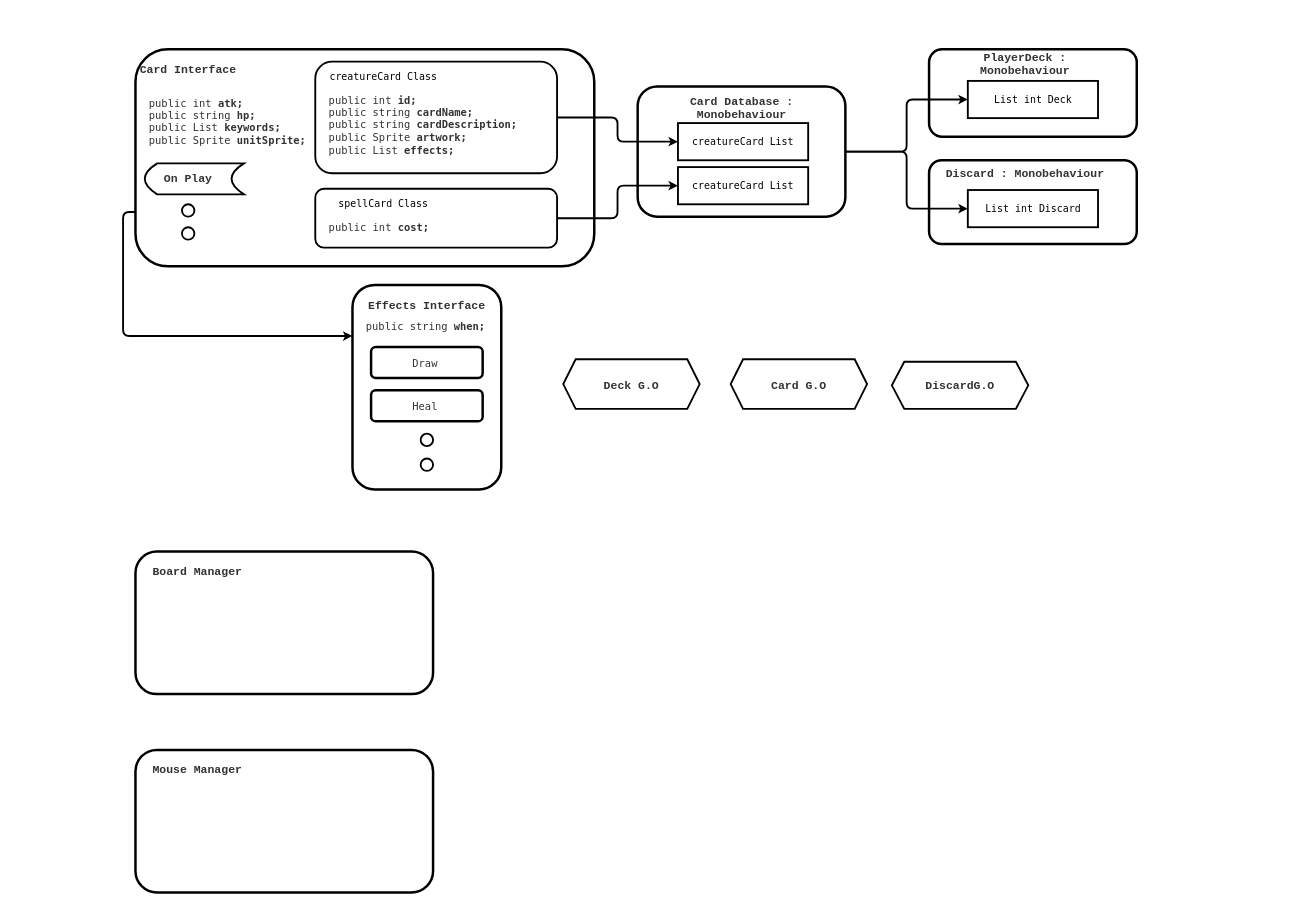
This is Untitled Diagram.drawio from brunomesqu/drawio, a draw.io file, before an edit. Source tidied: cells renumbered, new cells numbered last; positions are measured from the earlier drawing's top-left corner, leaving out a move shared by most shapes. Both pictures are drawn from the tidied source at 62%, with x=0, y=0 at pixel (132, 49).
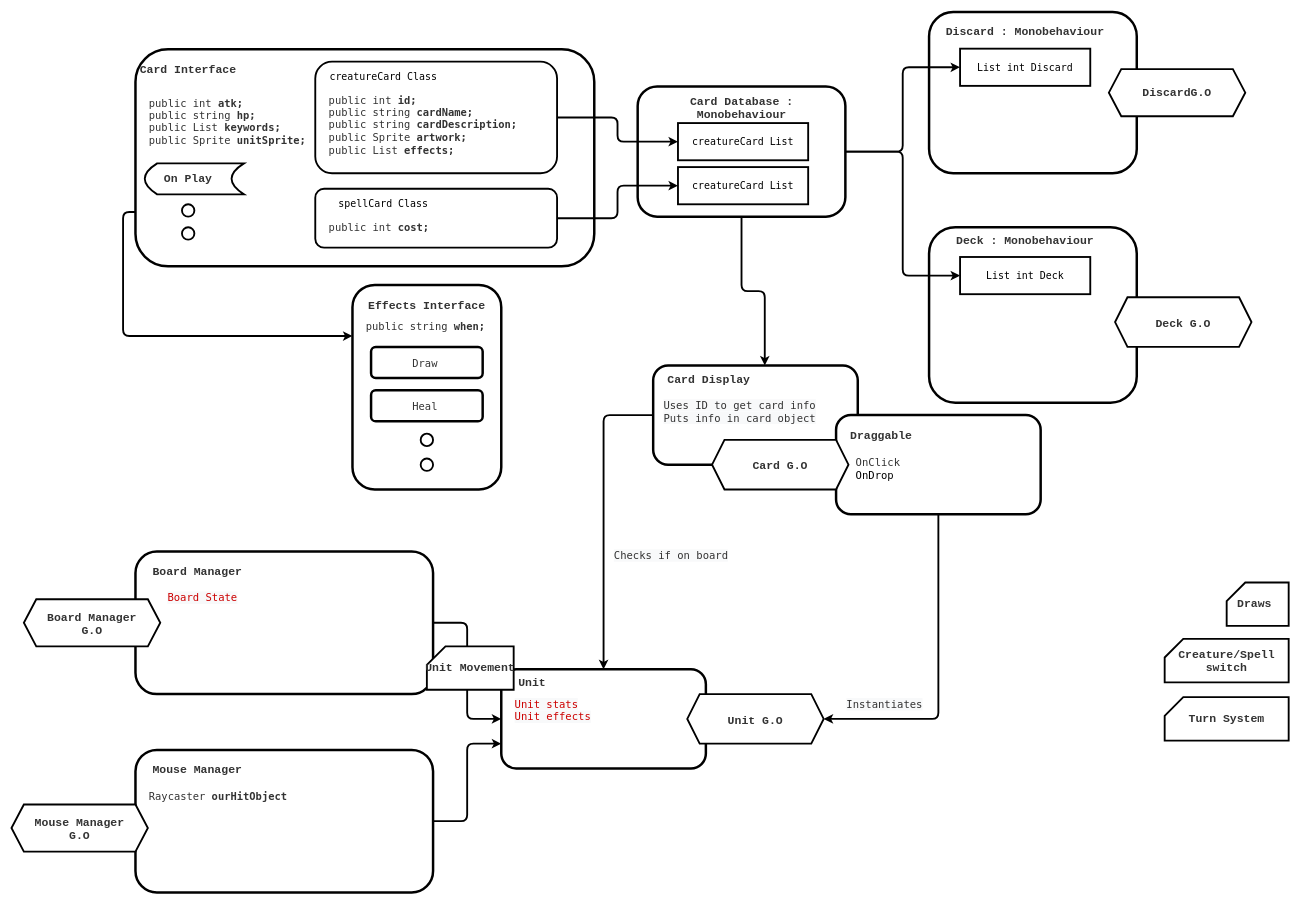
The same page after the edit.

Unchanged cells that the change refers to:
```xml
<mxCell id="11" style="rounded=1;whiteSpace=wrap;html=1;strokeWidth=4;" parent="1" vertex="1">
  <mxGeometry x="815" y="60" width="335" height="210" as="geometry" />
</mxCell>
<mxCell id="35" style="rounded=1;whiteSpace=wrap;html=1;strokeWidth=4;" parent="1" vertex="1">
  <mxGeometry x="5" y="810" width="480" height="230" as="geometry" />
</mxCell>
<mxCell id="37" style="rounded=1;whiteSpace=wrap;html=1;strokeWidth=4;" parent="1" vertex="1">
  <mxGeometry x="5" y="1130" width="480" height="230" as="geometry" />
</mxCell>
```

The edit, as a diff of the source:
```diff
@@
+    <mxCell id="51" style="edgeStyle=orthogonalEdgeStyle;rounded=1;jettySize=auto;html=1;exitX=0.5;exitY=1;exitDx=0;exitDy=0;entryX=1;entryY=0;entryDx=0;entryDy=0;fontFamily=Lucida Console;fontSize=16;strokeWidth=3;" parent="1" edge="1" source="11" target="57">
+      <mxGeometry relative="1" as="geometry" />
+    </mxCell>
@@
     <mxCell id="17" style="rounded=1;whiteSpace=wrap;html=1;strokeWidth=4;" parent="1" vertex="1">
-      <mxGeometry x="1285" width="335" height="141" as="geometry" />
+      <mxGeometry x="1285" y="-60" width="335" height="260" as="geometry" />
     </mxCell>
-    <mxCell id="18" value="PlayerDeck : Monobehaviour" style="html=1;overflow=block;blockSpacing=1;whiteSpace=wrap;fontSize=18.5;fontFamily=Liberation Mono;fontColor=#333333;fontStyle=1;align=center;spacing=3.8;strokeOpacity=0;fillOpacity=0;rounded=1;absoluteArcSize=1;arcSize=12;fillColor=#ffffff;strokeWidth=0.8;" parent="1" vertex="1">
-      <mxGeometry x="1295" width="290" height="48" as="geometry" />
+    <mxCell id="18" value="Discard : Monobehaviour" style="html=1;overflow=block;blockSpacing=1;whiteSpace=wrap;fontSize=18.5;fontFamily=Liberation Mono;fontColor=#333333;fontStyle=1;align=center;spacing=3.8;strokeOpacity=0;fillOpacity=0;rounded=1;absoluteArcSize=1;arcSize=12;fillColor=#ffffff;strokeWidth=0.8;" parent="1" vertex="1">
+      <mxGeometry x="1295" y="-50" width="290" height="48" as="geometry" />
     </mxCell>
-    <mxCell id="19" value="List int Deck" style="rounded=0;whiteSpace=wrap;html=1;fontFamily=Lucida Console;fontSize=16;strokeWidth=3;" parent="1" vertex="1">
-      <mxGeometry x="1347.5" y="51" width="210" height="60" as="geometry" />
+    <mxCell id="19" value="List int Discard" style="rounded=0;whiteSpace=wrap;html=1;fontFamily=Lucida Console;fontSize=16;strokeWidth=3;" parent="1" vertex="1">
+      <mxGeometry x="1335" y="-1" width="210" height="60" as="geometry" />
     </mxCell>
     <mxCell id="20" style="rounded=1;whiteSpace=wrap;html=1;strokeWidth=4;" parent="1" vertex="1">
-      <mxGeometry x="1285" y="179" width="335" height="135" as="geometry" />
+      <mxGeometry x="1285" y="287" width="335" height="283" as="geometry" />
     </mxCell>
-    <mxCell id="21" value="Discard : Monobehaviour" style="html=1;overflow=block;blockSpacing=1;whiteSpace=wrap;fontSize=18.5;fontFamily=Liberation Mono;fontColor=#333333;fontStyle=1;align=center;spacing=3.8;strokeOpacity=0;fillOpacity=0;rounded=1;absoluteArcSize=1;arcSize=12;fillColor=#ffffff;strokeWidth=0.8;" parent="1" vertex="1">
-      <mxGeometry x="1295" y="179" width="290" height="48" as="geometry" />
+    <mxCell id="21" value="Deck : Monobehaviour" style="html=1;overflow=block;blockSpacing=1;whiteSpace=wrap;fontSize=18.5;fontFamily=Liberation Mono;fontColor=#333333;fontStyle=1;align=center;spacing=3.8;strokeOpacity=0;fillOpacity=0;rounded=1;absoluteArcSize=1;arcSize=12;fillColor=#ffffff;strokeWidth=0.8;" parent="1" vertex="1">
+      <mxGeometry x="1295" y="287" width="290" height="48" as="geometry" />
     </mxCell>
-    <mxCell id="22" value="List int Discard" style="rounded=0;whiteSpace=wrap;html=1;fontFamily=Lucida Console;fontSize=16;strokeWidth=3;" parent="1" vertex="1">
-      <mxGeometry x="1347.5" y="227" width="210" height="60" as="geometry" />
+    <mxCell id="22" value="List int Deck" style="rounded=0;whiteSpace=wrap;html=1;fontFamily=Lucida Console;fontSize=16;strokeWidth=3;" parent="1" vertex="1">
+      <mxGeometry x="1335" y="335" width="210" height="60" as="geometry" />
     </mxCell>
@@
+    <mxCell id="52" style="edgeStyle=orthogonalEdgeStyle;rounded=1;jettySize=auto;html=1;exitX=1;exitY=0.5;exitDx=0;exitDy=0;fontFamily=Lucida Console;fontSize=16;strokeWidth=3;" parent="1" edge="1" source="35" target="60">
+      <mxGeometry relative="1" as="geometry" />
+    </mxCell>
@@
+    <mxCell id="53" style="edgeStyle=orthogonalEdgeStyle;rounded=1;jettySize=auto;html=1;exitX=1;exitY=0.5;exitDx=0;exitDy=0;entryX=0;entryY=0.75;entryDx=0;entryDy=0;fontFamily=Lucida Console;fontSize=16;strokeWidth=3;" parent="1" edge="1" source="37" target="60">
+      <mxGeometry relative="1" as="geometry" />
+    </mxCell>
@@
-    <mxCell id="40" style="shape=hexagon;perimeter=hexagonPerimeter2;whiteSpace=wrap;html=1;fixedSize=1;fontFamily=Lucida Console;fontSize=16;strokeWidth=3;" parent="1" vertex="1">
-      <mxGeometry x="965" y="500" width="220" height="80" as="geometry" />
-    </mxCell>
-    <mxCell id="41" value="Card G.O" style="html=1;overflow=block;blockSpacing=1;whiteSpace=wrap;fontSize=18.5;fontFamily=Liberation Mono;fontColor=#333333;fontStyle=1;align=center;spacing=3.8;strokeOpacity=0;fillOpacity=0;rounded=1;absoluteArcSize=1;arcSize=12;fillColor=#ffffff;strokeWidth=0.8;" parent="1" vertex="1">
-      <mxGeometry x="985" y="520" width="180" height="48" as="geometry" />
-    </mxCell>
-    <mxCell id="42" style="shape=hexagon;perimeter=hexagonPerimeter2;whiteSpace=wrap;html=1;fixedSize=1;fontFamily=Lucida Console;fontSize=16;strokeWidth=3;" parent="1" vertex="1">
-      <mxGeometry x="1225" y="504" width="220" height="76" as="geometry" />
-    </mxCell>
-    <mxCell id="43" value="DiscardG.O" style="html=1;overflow=block;blockSpacing=1;whiteSpace=wrap;fontSize=18.5;fontFamily=Liberation Mono;fontColor=#333333;fontStyle=1;align=center;spacing=3.8;strokeOpacity=0;fillOpacity=0;rounded=1;absoluteArcSize=1;arcSize=12;fillColor=#ffffff;strokeWidth=0.8;" parent="1" vertex="1">
-      <mxGeometry x="1245" y="520" width="180" height="48" as="geometry" />
-    </mxCell>
-    <mxCell id="44" style="shape=hexagon;perimeter=hexagonPerimeter2;whiteSpace=wrap;html=1;fixedSize=1;fontFamily=Lucida Console;fontSize=16;strokeWidth=3;" parent="1" vertex="1">
-      <mxGeometry x="695" y="500" width="220" height="80" as="geometry" />
-    </mxCell>
-    <mxCell id="45" value="Deck G.O" style="html=1;overflow=block;blockSpacing=1;whiteSpace=wrap;fontSize=18.5;fontFamily=Liberation Mono;fontColor=#333333;fontStyle=1;align=center;spacing=3.8;strokeOpacity=0;fillOpacity=0;rounded=1;absoluteArcSize=1;arcSize=12;fillColor=#ffffff;strokeWidth=0.8;" parent="1" vertex="1">
-      <mxGeometry x="715" y="520" width="180" height="48" as="geometry" />
-    </mxCell>
@@
+    <mxCell id="54" value="&lt;font color=&quot;#333333&quot;&gt;&lt;span style=&quot;font-size: 16.8333px&quot;&gt;Raycaster &lt;b&gt;ourHitObject&lt;/b&gt;&lt;/span&gt;&lt;/font&gt;" style="text;whiteSpace=wrap;html=1;fontFamily=Lucida Console;" parent="1" vertex="1">
+      <mxGeometry x="25" y="1188" width="320" height="30" as="geometry" />
+    </mxCell>
+    <mxCell id="55" style="group;" parent="1" vertex="1">
+      <mxGeometry x="800" y="360" width="370" height="160" as="geometry" />
+    </mxCell>
+    <mxCell id="56" style="rounded=1;whiteSpace=wrap;html=1;strokeWidth=4;" parent="55" vertex="1">
+      <mxGeometry x="40" y="150" width="330" height="160" as="geometry" />
+    </mxCell>
+    <mxCell id="57" value="Card Display" style="html=1;overflow=block;blockSpacing=1;whiteSpace=wrap;fontSize=18.5;fontFamily=Liberation Mono;fontColor=#333333;fontStyle=1;align=center;spacing=3.8;strokeOpacity=0;fillOpacity=0;rounded=1;absoluteArcSize=1;arcSize=12;fillColor=#ffffff;strokeWidth=0.8;" parent="55" vertex="1">
+      <mxGeometry x="40" y="150" width="180" height="48" as="geometry" />
+    </mxCell>
+    <mxCell id="58" value="&lt;span style=&quot;color: rgb(51 , 51 , 51) ; font-family: &amp;#34;lucida console&amp;#34; ; font-size: 17px ; font-style: normal ; font-weight: 400 ; letter-spacing: normal ; text-align: left ; text-indent: 0px ; text-transform: none ; word-spacing: 0px ; background-color: rgb(248 , 249 , 250) ; display: inline ; float: none&quot;&gt;Uses ID to get card info&lt;br&gt;Puts info in card object&lt;br&gt;&lt;/span&gt;" style="text;whiteSpace=wrap;html=1;fontSize=17;fontFamily=Lucida Console;" parent="55" vertex="1">
+      <mxGeometry x="55" y="198" width="265" height="40" as="geometry" />
+    </mxCell>
+    <mxCell id="59" style="group;" parent="1" vertex="1">
+      <mxGeometry x="555" y="1000" width="370" height="160" as="geometry" />
+    </mxCell>
+    <mxCell id="60" style="rounded=1;whiteSpace=wrap;html=1;strokeWidth=4;" parent="59" vertex="1">
+      <mxGeometry x="40" width="330" height="160" as="geometry" />
+    </mxCell>
+    <mxCell id="61" value="Unit" style="html=1;overflow=block;blockSpacing=1;whiteSpace=wrap;fontSize=18.5;fontFamily=Liberation Mono;fontColor=#333333;fontStyle=1;align=center;spacing=3.8;strokeOpacity=0;fillOpacity=0;rounded=1;absoluteArcSize=1;arcSize=12;fillColor=#ffffff;strokeWidth=0.8;" parent="59" vertex="1">
+      <mxGeometry width="180" height="48" as="geometry" />
+    </mxCell>
+    <mxCell id="62" value="&lt;span style=&quot;font-family: &amp;#34;lucida console&amp;#34; ; font-size: 17px ; font-style: normal ; font-weight: 400 ; letter-spacing: normal ; text-align: left ; text-indent: 0px ; text-transform: none ; word-spacing: 0px ; background-color: rgb(248 , 249 , 250) ; display: inline ; float: none&quot;&gt;&lt;font color=&quot;#cc0000&quot;&gt;Unit stats&lt;br&gt;Unit effects&lt;/font&gt;&lt;br&gt;&lt;/span&gt;" style="text;whiteSpace=wrap;html=1;fontSize=17;fontFamily=Lucida Console;" parent="59" vertex="1">
+      <mxGeometry x="60" y="40" width="135" height="40" as="geometry" />
+    </mxCell>
+    <mxCell id="63" style="group;" parent="1" vertex="1">
+      <mxGeometry x="1135" y="590" width="340" height="160" as="geometry" />
+    </mxCell>
+    <mxCell id="64" style="rounded=1;whiteSpace=wrap;html=1;strokeWidth=4;" parent="63" vertex="1">
+      <mxGeometry width="330" height="160" as="geometry" />
+    </mxCell>
+    <mxCell id="65" style="group;" parent="63" vertex="1">
+      <mxGeometry x="20" y="20" width="110" height="30" as="geometry" />
+    </mxCell>
+    <mxCell id="66" value="Draggable" style="html=1;overflow=block;blockSpacing=1;whiteSpace=wrap;fontSize=18.5;fontFamily=Liberation Mono;fontColor=#333333;fontStyle=1;align=center;spacing=3.8;strokeOpacity=0;fillOpacity=0;rounded=1;absoluteArcSize=1;arcSize=12;fillColor=#ffffff;strokeWidth=0.8;" parent="65" vertex="1">
+      <mxGeometry width="56.6" height="9" as="geometry" />
+    </mxCell>
+    <mxCell id="67" value="&lt;font style=&quot;font-size: 17px&quot;&gt;&lt;font color=&quot;#333333&quot; style=&quot;font-size: 17px&quot;&gt;OnClick&lt;br&gt;&lt;/font&gt;OnDrop&lt;/font&gt;" style="text;whiteSpace=wrap;html=1;fontFamily=Lucida Console;" parent="63" vertex="1">
+      <mxGeometry x="30" y="60" width="320" height="60" as="geometry" />
+    </mxCell>
+    <mxCell id="68" value="&lt;span style=&quot;color: rgb(51 , 51 , 51) ; font-family: &amp;#34;lucida console&amp;#34; ; font-size: 17px ; font-style: normal ; font-weight: 400 ; letter-spacing: normal ; text-align: left ; text-indent: 0px ; text-transform: none ; word-spacing: 0px ; background-color: rgb(248 , 249 , 250) ; display: inline ; float: none&quot;&gt;Instantiates&lt;/span&gt;" style="text;whiteSpace=wrap;html=1;fontSize=17;fontFamily=Lucida Console;" parent="1" vertex="1">
+      <mxGeometry x="1150" y="1040" width="135" height="40" as="geometry" />
+    </mxCell>
+    <mxCell id="69" style="shape=hexagon;perimeter=hexagonPerimeter2;whiteSpace=wrap;html=1;fixedSize=1;fontFamily=Lucida Console;fontSize=16;strokeWidth=3;" parent="1" vertex="1">
+      <mxGeometry x="-175" y="887" width="220" height="76" as="geometry" />
+    </mxCell>
+    <mxCell id="70" value="Board Manager G.O" style="html=1;overflow=block;blockSpacing=1;whiteSpace=wrap;fontSize=18.5;fontFamily=Liberation Mono;fontColor=#333333;fontStyle=1;align=center;spacing=3.8;strokeOpacity=0;fillOpacity=0;rounded=1;absoluteArcSize=1;arcSize=12;fillColor=#ffffff;strokeWidth=0.8;" parent="1" vertex="1">
+      <mxGeometry x="-155" y="903" width="180" height="48" as="geometry" />
+    </mxCell>
+    <mxCell id="71" style="shape=hexagon;perimeter=hexagonPerimeter2;whiteSpace=wrap;html=1;fixedSize=1;fontFamily=Lucida Console;fontSize=16;strokeWidth=3;" parent="1" vertex="1">
+      <mxGeometry x="-195" y="1218" width="220" height="76" as="geometry" />
+    </mxCell>
+    <mxCell id="72" value="Mouse Manager G.O" style="html=1;overflow=block;blockSpacing=1;whiteSpace=wrap;fontSize=18.5;fontFamily=Liberation Mono;fontColor=#333333;fontStyle=1;align=center;spacing=3.8;strokeOpacity=0;fillOpacity=0;rounded=1;absoluteArcSize=1;arcSize=12;fillColor=#ffffff;strokeWidth=0.8;" parent="1" vertex="1">
+      <mxGeometry x="-175" y="1234" width="180" height="48" as="geometry" />
+    </mxCell>
+    <mxCell id="73" style="group;" parent="1" vertex="1">
+      <mxGeometry x="895" y="1040" width="220" height="80" as="geometry" />
+    </mxCell>
+    <mxCell id="74" style="shape=hexagon;perimeter=hexagonPerimeter2;whiteSpace=wrap;html=1;fixedSize=1;fontFamily=Lucida Console;fontSize=16;strokeWidth=3;" parent="73" vertex="1">
+      <mxGeometry width="220" height="80" as="geometry" />
+    </mxCell>
+    <mxCell id="75" value="Unit G.O" style="html=1;overflow=block;blockSpacing=1;whiteSpace=wrap;fontSize=18.5;fontFamily=Liberation Mono;fontColor=#333333;fontStyle=1;align=center;spacing=3.8;strokeOpacity=0;fillOpacity=0;rounded=1;absoluteArcSize=1;arcSize=12;fillColor=#ffffff;strokeWidth=0.8;" parent="73" vertex="1">
+      <mxGeometry x="20" y="20" width="180" height="48" as="geometry" />
+    </mxCell>
+    <mxCell id="76" style="group;" parent="1" vertex="1">
+      <mxGeometry x="935" y="630" width="220" height="80" as="geometry" />
+    </mxCell>
+    <mxCell id="40" style="shape=hexagon;perimeter=hexagonPerimeter2;whiteSpace=wrap;html=1;fixedSize=1;fontFamily=Lucida Console;fontSize=16;strokeWidth=3;" parent="76" vertex="1">
+      <mxGeometry width="220" height="80" as="geometry" />
+    </mxCell>
+    <mxCell id="41" value="Card G.O" style="html=1;overflow=block;blockSpacing=1;whiteSpace=wrap;fontSize=18.5;fontFamily=Liberation Mono;fontColor=#333333;fontStyle=1;align=center;spacing=3.8;strokeOpacity=0;fillOpacity=0;rounded=1;absoluteArcSize=1;arcSize=12;fillColor=#ffffff;strokeWidth=0.8;" parent="76" vertex="1">
+      <mxGeometry x="20" y="20" width="180" height="48" as="geometry" />
+    </mxCell>
+    <mxCell id="77" style="edgeStyle=orthogonalEdgeStyle;rounded=1;jettySize=auto;html=1;exitX=0.5;exitY=1;exitDx=0;exitDy=0;entryX=1;entryY=0.5;entryDx=0;entryDy=0;fontFamily=Lucida Console;fontSize=17;strokeWidth=3;" parent="1" edge="1" source="64" target="74">
+      <mxGeometry relative="1" as="geometry" />
+    </mxCell>
+    <mxCell id="78" style="shape=card;whiteSpace=wrap;html=1;fontFamily=Lucida Console;fontSize=17;strokeWidth=3;" parent="1" vertex="1">
+      <mxGeometry x="1765" y="860" width="100" height="70" as="geometry" />
+    </mxCell>
+    <mxCell id="79" value="Draws" style="html=1;overflow=block;blockSpacing=1;whiteSpace=wrap;fontSize=18.5;fontFamily=Liberation Mono;fontColor=#333333;fontStyle=1;align=center;spacing=3.8;strokeOpacity=0;fillOpacity=0;rounded=1;absoluteArcSize=1;arcSize=12;fillColor=#ffffff;strokeWidth=0.8;" parent="1" vertex="1">
+      <mxGeometry x="1765" y="872" width="90" height="48" as="geometry" />
+    </mxCell>
+    <mxCell id="80" style="shape=card;whiteSpace=wrap;html=1;fontFamily=Lucida Console;fontSize=17;strokeWidth=3;" parent="1" vertex="1">
+      <mxGeometry x="475" y="963" width="140" height="70" as="geometry" />
+    </mxCell>
+    <mxCell id="81" value="Unit Movement" style="html=1;overflow=block;blockSpacing=1;whiteSpace=wrap;fontSize=18.5;fontFamily=Liberation Mono;fontColor=#333333;fontStyle=1;align=center;spacing=3.8;strokeOpacity=0;fillOpacity=0;rounded=1;absoluteArcSize=1;arcSize=12;fillColor=#ffffff;strokeWidth=0.8;" parent="1" vertex="1">
+      <mxGeometry x="455" y="975" width="180" height="48" as="geometry" />
+    </mxCell>
+    <mxCell id="82" style="shape=card;whiteSpace=wrap;html=1;fontFamily=Lucida Console;fontSize=17;strokeWidth=3;" parent="1" vertex="1">
+      <mxGeometry x="1665" y="951" width="200" height="70" as="geometry" />
+    </mxCell>
+    <mxCell id="83" value="Creature/Spell switch" style="html=1;overflow=block;blockSpacing=1;whiteSpace=wrap;fontSize=18.5;fontFamily=Liberation Mono;fontColor=#333333;fontStyle=1;align=center;spacing=3.8;strokeOpacity=0;fillOpacity=0;rounded=1;absoluteArcSize=1;arcSize=12;fillColor=#ffffff;strokeWidth=0.8;" parent="1" vertex="1">
+      <mxGeometry x="1675" y="963" width="180" height="48" as="geometry" />
+    </mxCell>
+    <mxCell id="84" value="&lt;span style=&quot;font-family: &amp;#34;lucida console&amp;#34; ; font-size: 17px ; font-style: normal ; font-weight: 400 ; letter-spacing: normal ; text-align: left ; text-indent: 0px ; text-transform: none ; word-spacing: 0px ; background-color: rgb(248 , 249 , 250) ; display: inline ; float: none&quot;&gt;&lt;font color=&quot;#cc0000&quot;&gt;Board State&lt;/font&gt;&lt;br&gt;&lt;/span&gt;" style="text;whiteSpace=wrap;html=1;fontSize=17;fontFamily=Lucida Console;" parent="1" vertex="1">
+      <mxGeometry x="55" y="868" width="135" height="40" as="geometry" />
+    </mxCell>
+    <mxCell id="85" style="group;" parent="1" vertex="1">
+      <mxGeometry x="1585" y="400" width="220" height="80" as="geometry" />
+    </mxCell>
+    <mxCell id="44" style="shape=hexagon;perimeter=hexagonPerimeter2;whiteSpace=wrap;html=1;fixedSize=1;fontFamily=Lucida Console;fontSize=16;strokeWidth=3;" parent="85" vertex="1">
+      <mxGeometry width="220" height="80" as="geometry" />
+    </mxCell>
+    <mxCell id="45" value="Deck G.O" style="html=1;overflow=block;blockSpacing=1;whiteSpace=wrap;fontSize=18.5;fontFamily=Liberation Mono;fontColor=#333333;fontStyle=1;align=center;spacing=3.8;strokeOpacity=0;fillOpacity=0;rounded=1;absoluteArcSize=1;arcSize=12;fillColor=#ffffff;strokeWidth=0.8;" parent="85" vertex="1">
+      <mxGeometry x="20" y="20" width="180" height="48" as="geometry" />
+    </mxCell>
+    <mxCell id="86" style="group;" parent="1" vertex="1">
+      <mxGeometry x="1575" y="32" width="220" height="76" as="geometry" />
+    </mxCell>
+    <mxCell id="42" style="shape=hexagon;perimeter=hexagonPerimeter2;whiteSpace=wrap;html=1;fixedSize=1;fontFamily=Lucida Console;fontSize=16;strokeWidth=3;" parent="86" vertex="1">
+      <mxGeometry width="220" height="76" as="geometry" />
+    </mxCell>
+    <mxCell id="43" value="DiscardG.O" style="html=1;overflow=block;blockSpacing=1;whiteSpace=wrap;fontSize=18.5;fontFamily=Liberation Mono;fontColor=#333333;fontStyle=1;align=center;spacing=3.8;strokeOpacity=0;fillOpacity=0;rounded=1;absoluteArcSize=1;arcSize=12;fillColor=#ffffff;strokeWidth=0.8;" parent="86" vertex="1">
+      <mxGeometry x="20" y="16" width="180" height="48" as="geometry" />
+    </mxCell>
+    <mxCell id="87" style="edgeStyle=orthogonalEdgeStyle;rounded=1;jettySize=auto;html=1;exitX=0;exitY=0.5;exitDx=0;exitDy=0;entryX=0.5;entryY=0;entryDx=0;entryDy=0;fontFamily=Lucida Console;fontSize=17;fontColor=#CC0000;strokeWidth=3;" parent="1" edge="1" source="56" target="60">
+      <mxGeometry relative="1" as="geometry" />
+    </mxCell>
+    <mxCell id="88" value="&lt;span style=&quot;color: rgb(51 , 51 , 51) ; font-family: &amp;#34;lucida console&amp;#34; ; font-size: 17px ; font-style: normal ; font-weight: 400 ; letter-spacing: normal ; text-align: left ; text-indent: 0px ; text-transform: none ; word-spacing: 0px ; background-color: rgb(248 , 249 , 250) ; display: inline ; float: none&quot;&gt;Checks if on board&lt;/span&gt;" style="text;whiteSpace=wrap;html=1;fontSize=17;fontFamily=Lucida Console;" parent="1" vertex="1">
+      <mxGeometry x="775" y="800" width="190" height="40" as="geometry" />
+    </mxCell>
+    <mxCell id="89" style="shape=card;whiteSpace=wrap;html=1;fontFamily=Lucida Console;fontSize=17;strokeWidth=3;" parent="1" vertex="1">
+      <mxGeometry x="1665" y="1045" width="200" height="70" as="geometry" />
+    </mxCell>
+    <mxCell id="90" value="Turn System" style="html=1;overflow=block;blockSpacing=1;whiteSpace=wrap;fontSize=18.5;fontFamily=Liberation Mono;fontColor=#333333;fontStyle=1;align=center;spacing=3.8;strokeOpacity=0;fillOpacity=0;rounded=1;absoluteArcSize=1;arcSize=12;fillColor=#ffffff;strokeWidth=0.8;" parent="1" vertex="1">
+      <mxGeometry x="1675" y="1057" width="180" height="48" as="geometry" />
+    </mxCell>
```
